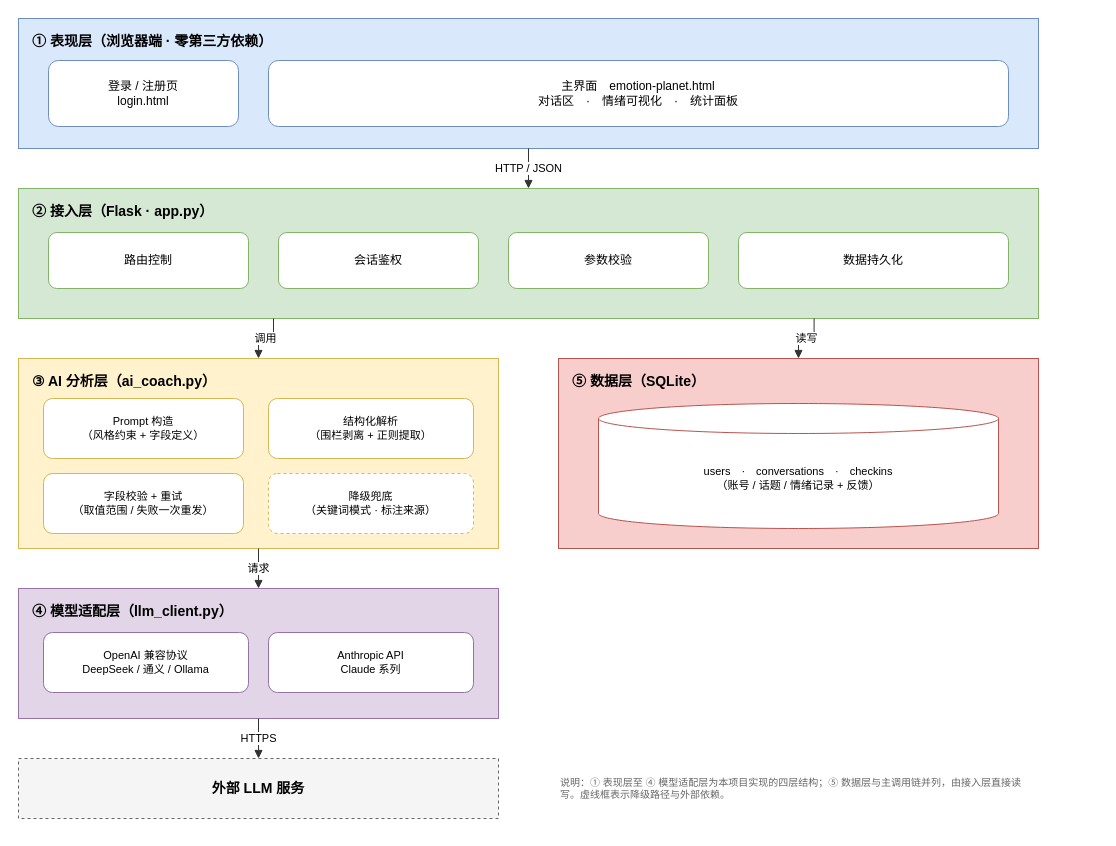
Samjuice39/AI_Conversation keeps this draw.io diagram as docs/系统架构图.drawio. Above is the earlier version. Source tidied: cells renumbered, new cells numbered last; positions are measured from the earlier drawing's top-left corner, leaving out a move shared by most shapes. Both pictures are drawn from the tidied source at 100%, with x=0, y=0 at pixel (18, 18).
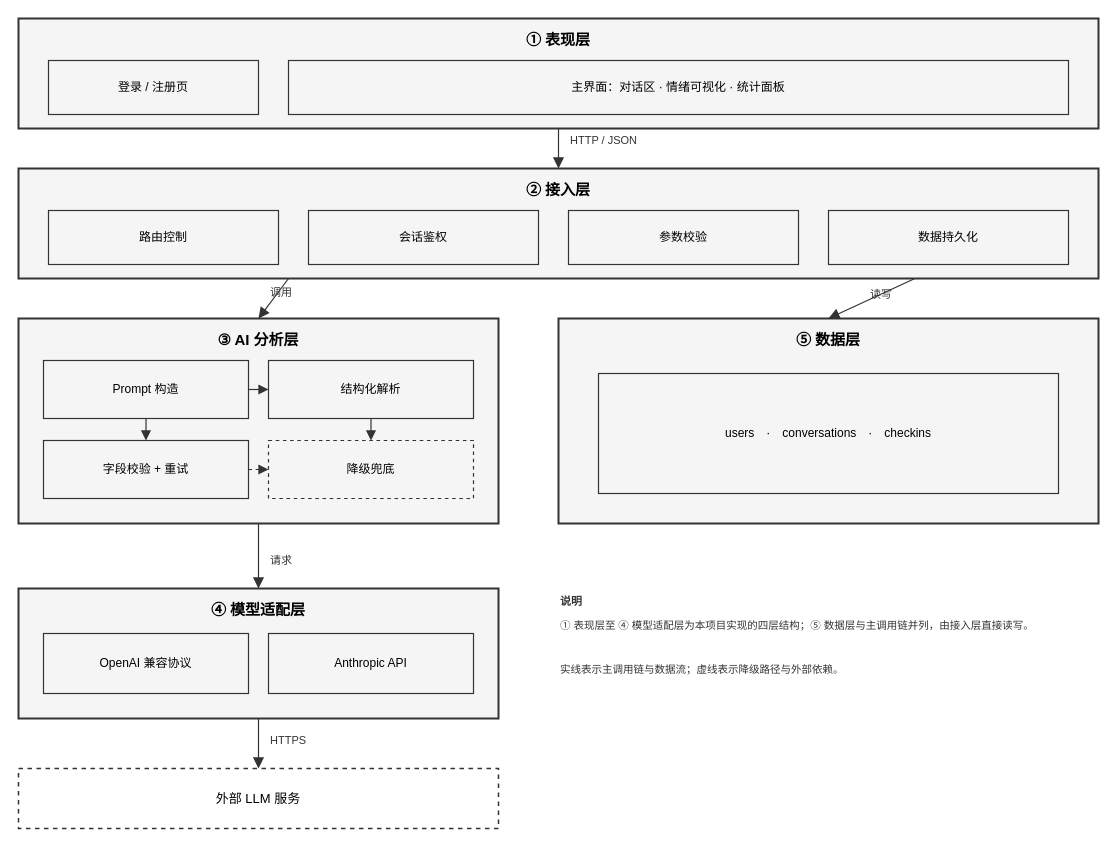
The same page after the edit.

Commit message (it also covers changes not shown here):
style: 架构图改为黑白线框风格

- 取消全部彩色，仅保留 #F5F5F5 层底色与 #333333 线条
- 所有图形改为直角（rounded=0），文字水平垂直双居中
- 连线统一为直线（edgeStyle=none），降级路径与外部依赖用虚线
- 连线标签改为独立文本元素，置于线旁不压线
- 允许连线交叉，箭头直接指入目标框
- README 的 Mermaid 同步改为 neutral 主题 + 黑白 classDef

Change to the diagram source:
```diff
@@
-    <mxCell id="2" value="① 表现层（浏览器端 · 零第三方依赖）" style="rounded=0;whiteSpace=wrap;html=1;fillColor=#dae8fc;strokeColor=#6c8ebf;verticalAlign=top;align=left;spacingLeft=12;spacingTop=8;fontSize=14;fontStyle=1;dashed=0;" parent="1" vertex="1">
-      <mxGeometry width="1020" height="130" as="geometry" />
+    <mxCell id="2" value="① 表现层" style="rounded=0;whiteSpace=wrap;html=1;fillColor=#F5F5F5;strokeColor=#333333;strokeWidth=2;align=center;verticalAlign=top;spacingTop=6;fontSize=15;fontStyle=1;" parent="1" vertex="1">
+      <mxGeometry width="1080" height="110" as="geometry" />
     </mxCell>
-    <mxCell id="3" value="登录 / 注册页&lt;br&gt;login.html" style="rounded=1;whiteSpace=wrap;html=1;fillColor=#ffffff;strokeColor=#6c8ebf;fontSize=12;" parent="1" vertex="1">
-      <mxGeometry x="30" y="42" width="190" height="66" as="geometry" />
+    <mxCell id="3" value="登录 / 注册页" style="rounded=0;whiteSpace=wrap;html=1;fillColor=none;strokeColor=#333333;strokeWidth=1.2;align=center;verticalAlign=middle;fontSize=12;" parent="1" vertex="1">
+      <mxGeometry x="30" y="42" width="210" height="54" as="geometry" />
     </mxCell>
-    <mxCell id="4" value="主界面　emotion-planet.html&lt;br&gt;对话区　·　情绪可视化　·　统计面板" style="rounded=1;whiteSpace=wrap;html=1;fillColor=#ffffff;strokeColor=#6c8ebf;fontSize=12;" parent="1" vertex="1">
-      <mxGeometry x="250" y="42" width="740" height="66" as="geometry" />
+    <mxCell id="4" value="主界面：对话区 · 情绪可视化 · 统计面板" style="rounded=0;whiteSpace=wrap;html=1;fillColor=none;strokeColor=#333333;strokeWidth=1.2;align=center;verticalAlign=middle;fontSize=12;" parent="1" vertex="1">
+      <mxGeometry x="270" y="42" width="780" height="54" as="geometry" />
     </mxCell>
-    <mxCell id="5" value="HTTP / JSON" style="edgeStyle=orthogonalEdgeStyle;rounded=0;html=1;exitX=0.5;exitY=1;exitDx=0;exitDy=0;entryX=0.5;entryY=0;entryDx=0;entryDy=0;strokeColor=#333333;fontSize=11;endArrow=block;endFill=1;" parent="1" edge="1" source="2" target="6">
-      <mxGeometry relative="1" as="geometry" />
-    </mxCell>
-    <mxCell id="6" value="② 接入层（Flask · app.py）" style="rounded=0;whiteSpace=wrap;html=1;fillColor=#d5e8d4;strokeColor=#82b366;verticalAlign=top;align=left;spacingLeft=12;spacingTop=8;fontSize=14;fontStyle=1;" parent="1" vertex="1">
-      <mxGeometry y="170" width="1020" height="130" as="geometry" />
+    <mxCell id="6" value="② 接入层" style="rounded=0;whiteSpace=wrap;html=1;fillColor=#F5F5F5;strokeColor=#333333;strokeWidth=2;align=center;verticalAlign=top;spacingTop=6;fontSize=15;fontStyle=1;" parent="1" vertex="1">
+      <mxGeometry y="150" width="1080" height="110" as="geometry" />
     </mxCell>
-    <mxCell id="7" value="路由控制" style="rounded=1;whiteSpace=wrap;html=1;fillColor=#ffffff;strokeColor=#82b366;fontSize=12;" parent="1" vertex="1">
-      <mxGeometry x="30" y="214" width="200" height="56" as="geometry" />
+    <mxCell id="7" value="路由控制" style="rounded=0;whiteSpace=wrap;html=1;fillColor=none;strokeColor=#333333;strokeWidth=1.2;align=center;verticalAlign=middle;fontSize=12;" parent="1" vertex="1">
+      <mxGeometry x="30" y="192" width="230" height="54" as="geometry" />
     </mxCell>
-    <mxCell id="8" value="会话鉴权" style="rounded=1;whiteSpace=wrap;html=1;fillColor=#ffffff;strokeColor=#82b366;fontSize=12;" parent="1" vertex="1">
-      <mxGeometry x="260" y="214" width="200" height="56" as="geometry" />
+    <mxCell id="8" value="会话鉴权" style="rounded=0;whiteSpace=wrap;html=1;fillColor=none;strokeColor=#333333;strokeWidth=1.2;align=center;verticalAlign=middle;fontSize=12;" parent="1" vertex="1">
+      <mxGeometry x="290" y="192" width="230" height="54" as="geometry" />
     </mxCell>
-    <mxCell id="9" value="参数校验" style="rounded=1;whiteSpace=wrap;html=1;fillColor=#ffffff;strokeColor=#82b366;fontSize=12;" parent="1" vertex="1">
-      <mxGeometry x="490" y="214" width="200" height="56" as="geometry" />
+    <mxCell id="9" value="参数校验" style="rounded=0;whiteSpace=wrap;html=1;fillColor=none;strokeColor=#333333;strokeWidth=1.2;align=center;verticalAlign=middle;fontSize=12;" parent="1" vertex="1">
+      <mxGeometry x="550" y="192" width="230" height="54" as="geometry" />
     </mxCell>
-    <mxCell id="10" value="数据持久化" style="rounded=1;whiteSpace=wrap;html=1;fillColor=#ffffff;strokeColor=#82b366;fontSize=12;" parent="1" vertex="1">
-      <mxGeometry x="720" y="214" width="270" height="56" as="geometry" />
+    <mxCell id="10" value="数据持久化" style="rounded=0;whiteSpace=wrap;html=1;fillColor=none;strokeColor=#333333;strokeWidth=1.2;align=center;verticalAlign=middle;fontSize=12;" parent="1" vertex="1">
+      <mxGeometry x="810" y="192" width="240" height="54" as="geometry" />
     </mxCell>
-    <mxCell id="11" value="调用" style="edgeStyle=orthogonalEdgeStyle;rounded=0;html=1;exitX=0.25;exitY=1;exitDx=0;exitDy=0;entryX=0.5;entryY=0;entryDx=0;entryDy=0;strokeColor=#333333;fontSize=11;endArrow=block;endFill=1;" parent="1" edge="1" source="6" target="13">
-      <mxGeometry relative="1" as="geometry" />
-    </mxCell>
-    <mxCell id="12" value="读写" style="edgeStyle=orthogonalEdgeStyle;rounded=0;html=1;exitX=0.78;exitY=1;exitDx=0;exitDy=0;entryX=0.5;entryY=0;entryDx=0;entryDy=0;strokeColor=#333333;fontSize=11;endArrow=block;endFill=1;" parent="1" edge="1" source="6" target="18">
-      <mxGeometry relative="1" as="geometry" />
-    </mxCell>
-    <mxCell id="13" value="③ AI 分析层（ai_coach.py）" style="rounded=0;whiteSpace=wrap;html=1;fillColor=#fff2cc;strokeColor=#d6b656;verticalAlign=top;align=left;spacingLeft=12;spacingTop=8;fontSize=14;fontStyle=1;" parent="1" vertex="1">
-      <mxGeometry y="340" width="480" height="190" as="geometry" />
+    <mxCell id="13" value="③ AI 分析层" style="rounded=0;whiteSpace=wrap;html=1;fillColor=#F5F5F5;strokeColor=#333333;strokeWidth=2;align=center;verticalAlign=top;spacingTop=6;fontSize=15;fontStyle=1;" parent="1" vertex="1">
+      <mxGeometry y="300" width="480" height="205" as="geometry" />
     </mxCell>
-    <mxCell id="14" value="Prompt 构造&lt;br&gt;（风格约束 + 字段定义）" style="rounded=1;whiteSpace=wrap;html=1;fillColor=#ffffff;strokeColor=#d6b656;fontSize=11;" parent="1" vertex="1">
-      <mxGeometry x="25" y="380" width="200" height="60" as="geometry" />
+    <mxCell id="14" value="Prompt 构造" style="rounded=0;whiteSpace=wrap;html=1;fillColor=none;strokeColor=#333333;strokeWidth=1.2;align=center;verticalAlign=middle;fontSize=12;" parent="1" vertex="1">
+      <mxGeometry x="25" y="342" width="205" height="58" as="geometry" />
     </mxCell>
-    <mxCell id="15" value="结构化解析&lt;br&gt;（围栏剥离 + 正则提取）" style="rounded=1;whiteSpace=wrap;html=1;fillColor=#ffffff;strokeColor=#d6b656;fontSize=11;" parent="1" vertex="1">
-      <mxGeometry x="250" y="380" width="205" height="60" as="geometry" />
+    <mxCell id="15" value="结构化解析" style="rounded=0;whiteSpace=wrap;html=1;fillColor=none;strokeColor=#333333;strokeWidth=1.2;align=center;verticalAlign=middle;fontSize=12;" parent="1" vertex="1">
+      <mxGeometry x="250" y="342" width="205" height="58" as="geometry" />
     </mxCell>
-    <mxCell id="16" value="字段校验 + 重试&lt;br&gt;（取值范围 / 失败一次重发）" style="rounded=1;whiteSpace=wrap;html=1;fillColor=#ffffff;strokeColor=#d6b656;fontSize=11;" parent="1" vertex="1">
-      <mxGeometry x="25" y="455" width="200" height="60" as="geometry" />
+    <mxCell id="16" value="字段校验 + 重试" style="rounded=0;whiteSpace=wrap;html=1;fillColor=none;strokeColor=#333333;strokeWidth=1.2;align=center;verticalAlign=middle;fontSize=12;" parent="1" vertex="1">
+      <mxGeometry x="25" y="422" width="205" height="58" as="geometry" />
     </mxCell>
-    <mxCell id="17" value="降级兜底&lt;br&gt;（关键词模式 · 标注来源）" style="rounded=1;whiteSpace=wrap;html=1;fillColor=#ffffff;strokeColor=#d6b656;fontSize=11;dashed=1;" parent="1" vertex="1">
-      <mxGeometry x="250" y="455" width="205" height="60" as="geometry" />
+    <mxCell id="17" value="降级兜底" style="rounded=0;whiteSpace=wrap;html=1;fillColor=none;strokeColor=#333333;strokeWidth=1.2;dashed=1;align=center;verticalAlign=middle;fontSize=12;" parent="1" vertex="1">
+      <mxGeometry x="250" y="422" width="205" height="58" as="geometry" />
     </mxCell>
+    <mxCell id="27" value="⑤ 数据层" style="rounded=0;whiteSpace=wrap;html=1;fillColor=#F5F5F5;strokeColor=#333333;strokeWidth=2;align=center;verticalAlign=top;spacingTop=6;fontSize=15;fontStyle=1;" parent="1" vertex="1">
+      <mxGeometry x="540" y="300" width="540" height="205" as="geometry" />
+    </mxCell>
+    <mxCell id="28" value="users　·　conversations　·　checkins" style="rounded=0;whiteSpace=wrap;html=1;fillColor=none;strokeColor=#333333;strokeWidth=1.2;align=center;verticalAlign=middle;fontSize=12;" parent="1" vertex="1">
+      <mxGeometry x="580" y="355" width="460" height="120" as="geometry" />
+    </mxCell>
-    <mxCell id="18" value="⑤ 数据层（SQLite）" style="rounded=0;whiteSpace=wrap;html=1;fillColor=#f8cecc;strokeColor=#b85450;verticalAlign=top;align=left;spacingLeft=12;spacingTop=8;fontSize=14;fontStyle=1;" parent="1" vertex="1">
-      <mxGeometry x="540" y="340" width="480" height="190" as="geometry" />
+    <mxCell id="18" value="④ 模型适配层" style="rounded=0;whiteSpace=wrap;html=1;fillColor=#F5F5F5;strokeColor=#333333;strokeWidth=2;align=center;verticalAlign=top;spacingTop=6;fontSize=15;fontStyle=1;" parent="1" vertex="1">
+      <mxGeometry y="570" width="480" height="130" as="geometry" />
     </mxCell>
-    <mxCell id="19" value="users　·　conversations　·　checkins&lt;br&gt;（账号 / 话题 / 情绪记录 + 反馈）" style="shape=cylinder3;whiteSpace=wrap;html=1;boundedLbl=1;backgroundOutline=1;size=15;fillColor=#ffffff;strokeColor=#b85450;fontSize=11;" parent="1" vertex="1">
-      <mxGeometry x="580" y="385" width="400" height="125" as="geometry" />
+    <mxCell id="19" value="OpenAI 兼容协议" style="rounded=0;whiteSpace=wrap;html=1;fillColor=none;strokeColor=#333333;strokeWidth=1.2;align=center;verticalAlign=middle;fontSize=12;" parent="1" vertex="1">
+      <mxGeometry x="25" y="615" width="205" height="60" as="geometry" />
     </mxCell>
+    <mxCell id="29" value="Anthropic API" style="rounded=0;whiteSpace=wrap;html=1;fillColor=none;strokeColor=#333333;strokeWidth=1.2;align=center;verticalAlign=middle;fontSize=12;" parent="1" vertex="1">
+      <mxGeometry x="250" y="615" width="205" height="60" as="geometry" />
+    </mxCell>
+    <mxCell id="25" value="外部 LLM 服务" style="rounded=0;whiteSpace=wrap;html=1;fillColor=none;strokeColor=#333333;strokeWidth=1.5;dashed=1;align=center;verticalAlign=middle;fontSize=13;" parent="1" vertex="1">
+      <mxGeometry y="750" width="480" height="60" as="geometry" />
+    </mxCell>
+    <mxCell id="5" style="edgeStyle=none;rounded=0;html=1;exitX=0.5;exitY=1;exitDx=0;exitDy=0;entryX=0.5;entryY=0;entryDx=0;entryDy=0;strokeColor=#333333;strokeWidth=1.2;endArrow=block;endFill=1;endSize=8;" parent="1" edge="1" source="2" target="6">
+      <mxGeometry relative="1" as="geometry" />
+    </mxCell>
+    <mxCell id="11" style="edgeStyle=none;rounded=0;html=1;exitX=0.25;exitY=1;exitDx=0;exitDy=0;entryX=0.5;entryY=0;entryDx=0;entryDy=0;strokeColor=#333333;strokeWidth=1.2;endArrow=block;endFill=1;endSize=8;" parent="1" edge="1" source="6" target="13">
+      <mxGeometry relative="1" as="geometry" />
+    </mxCell>
+    <mxCell id="12" style="edgeStyle=none;rounded=0;html=1;exitX=0.83;exitY=1;exitDx=0;exitDy=0;entryX=0.5;entryY=0;entryDx=0;entryDy=0;strokeColor=#333333;strokeWidth=1.2;endArrow=block;endFill=1;endSize=8;" parent="1" edge="1" source="6" target="27">
+      <mxGeometry relative="1" as="geometry" />
+    </mxCell>
-    <mxCell id="20" value="请求" style="edgeStyle=orthogonalEdgeStyle;rounded=0;html=1;exitX=0.5;exitY=1;exitDx=0;exitDy=0;entryX=0.5;entryY=0;entryDx=0;entryDy=0;strokeColor=#333333;fontSize=11;endArrow=block;endFill=1;" parent="1" edge="1" source="13" target="21">
+    <mxCell id="20" style="edgeStyle=none;rounded=0;html=1;exitX=0.5;exitY=1;exitDx=0;exitDy=0;entryX=0.5;entryY=0;entryDx=0;entryDy=0;strokeColor=#333333;strokeWidth=1.2;endArrow=block;endFill=1;endSize=8;" parent="1" edge="1" source="13" target="18">
       <mxGeometry relative="1" as="geometry" />
     </mxCell>
-    <mxCell id="21" value="④ 模型适配层（llm_client.py）" style="rounded=0;whiteSpace=wrap;html=1;fillColor=#e1d5e7;strokeColor=#9673a6;verticalAlign=top;align=left;spacingLeft=12;spacingTop=8;fontSize=14;fontStyle=1;" parent="1" vertex="1">
-      <mxGeometry y="570" width="480" height="130" as="geometry" />
-    </mxCell>
-    <mxCell id="22" value="OpenAI 兼容协议&lt;br&gt;DeepSeek / 通义 / Ollama" style="rounded=1;whiteSpace=wrap;html=1;fillColor=#ffffff;strokeColor=#9673a6;fontSize=11;" parent="1" vertex="1">
-      <mxGeometry x="25" y="614" width="205" height="60" as="geometry" />
-    </mxCell>
-    <mxCell id="23" value="Anthropic API&lt;br&gt;Claude 系列" style="rounded=1;whiteSpace=wrap;html=1;fillColor=#ffffff;strokeColor=#9673a6;fontSize=11;" parent="1" vertex="1">
-      <mxGeometry x="250" y="614" width="205" height="60" as="geometry" />
-    </mxCell>
-    <mxCell id="24" value="HTTPS" style="edgeStyle=orthogonalEdgeStyle;rounded=0;html=1;exitX=0.5;exitY=1;exitDx=0;exitDy=0;entryX=0.5;entryY=0;entryDx=0;entryDy=0;strokeColor=#333333;fontSize=11;endArrow=block;endFill=1;" parent="1" edge="1" source="21" target="25">
+    <mxCell id="24" style="edgeStyle=none;rounded=0;html=1;exitX=0.5;exitY=1;exitDx=0;exitDy=0;entryX=0.5;entryY=0;entryDx=0;entryDy=0;strokeColor=#333333;strokeWidth=1.2;endArrow=block;endFill=1;endSize=8;" parent="1" edge="1" source="18" target="25">
       <mxGeometry relative="1" as="geometry" />
     </mxCell>
-    <mxCell id="25" value="外部 LLM 服务" style="rounded=0;whiteSpace=wrap;html=1;fillColor=#f5f5f5;strokeColor=#666666;fontSize=14;fontStyle=1;dashed=1;" parent="1" vertex="1">
-      <mxGeometry y="740" width="480" height="60" as="geometry" />
-    </mxCell>
-    <mxCell id="26" value="说明：① 表现层至 ④ 模型适配层为本项目实现的四层结构；⑤ 数据层与主调用链并列，由接入层直接读写。虚线框表示降级路径与外部依赖。" style="text;html=1;align=left;verticalAlign=middle;whiteSpace=wrap;rounded=0;fontSize=10;fontColor=#666666;" parent="1" vertex="1">
-      <mxGeometry x="540" y="740" width="480" height="60" as="geometry" />
-    </mxCell>
+    <mxCell id="30" style="edgeStyle=none;rounded=0;html=1;exitX=1;exitY=0.5;exitDx=0;exitDy=0;entryX=0;entryY=0.5;entryDx=0;entryDy=0;strokeColor=#333333;strokeWidth=1.2;endArrow=block;endFill=1;endSize=7;" parent="1" edge="1" source="14" target="15">
+      <mxGeometry relative="1" as="geometry" />
+    </mxCell>
+    <mxCell id="31" style="edgeStyle=none;rounded=0;html=1;exitX=0.5;exitY=1;exitDx=0;exitDy=0;entryX=0.5;entryY=0;entryDx=0;entryDy=0;strokeColor=#333333;strokeWidth=1.2;endArrow=block;endFill=1;endSize=7;" parent="1" edge="1" source="15" target="17">
+      <mxGeometry relative="1" as="geometry" />
+    </mxCell>
+    <mxCell id="32" style="edgeStyle=none;rounded=0;html=1;exitX=1;exitY=0.5;exitDx=0;exitDy=0;entryX=0;entryY=0.5;entryDx=0;entryDy=0;strokeColor=#333333;strokeWidth=1.2;dashed=1;endArrow=block;endFill=1;endSize=7;" parent="1" edge="1" source="16" target="17">
+      <mxGeometry relative="1" as="geometry" />
+    </mxCell>
+    <mxCell id="33" style="edgeStyle=none;rounded=0;html=1;exitX=0.5;exitY=1;exitDx=0;exitDy=0;entryX=0.5;entryY=0;entryDx=0;entryDy=0;strokeColor=#333333;strokeWidth=1.2;endArrow=block;endFill=1;endSize=7;" parent="1" edge="1" source="14" target="16">
+      <mxGeometry relative="1" as="geometry" />
+    </mxCell>
+    <mxCell id="34" value="HTTP / JSON" style="text;html=1;align=left;verticalAlign=middle;fontSize=11;fontColor=#333333;" parent="1" vertex="1">
+      <mxGeometry x="550" y="112" width="110" height="20" as="geometry" />
+    </mxCell>
+    <mxCell id="35" value="调用" style="text;html=1;align=left;verticalAlign=middle;fontSize=11;fontColor=#333333;" parent="1" vertex="1">
+      <mxGeometry x="250" y="264" width="60" height="20" as="geometry" />
+    </mxCell>
+    <mxCell id="36" value="读写" style="text;html=1;align=left;verticalAlign=middle;fontSize=11;fontColor=#333333;" parent="1" vertex="1">
+      <mxGeometry x="850" y="266" width="60" height="20" as="geometry" />
+    </mxCell>
+    <mxCell id="37" value="请求" style="text;html=1;align=left;verticalAlign=middle;fontSize=11;fontColor=#333333;" parent="1" vertex="1">
+      <mxGeometry x="250" y="532" width="60" height="20" as="geometry" />
+    </mxCell>
+    <mxCell id="38" value="HTTPS" style="text;html=1;align=left;verticalAlign=middle;fontSize=11;fontColor=#333333;" parent="1" vertex="1">
+      <mxGeometry x="250" y="712" width="70" height="20" as="geometry" />
+    </mxCell>
+    <mxCell id="39" value="说明" style="text;html=1;align=left;verticalAlign=top;fontSize=11;fontStyle=1;fontColor=#333333;" parent="1" vertex="1">
+      <mxGeometry x="540" y="570" width="540" height="20" as="geometry" />
+    </mxCell>
+    <mxCell id="40" value="① 表现层至 ④ 模型适配层为本项目实现的四层结构；⑤ 数据层与主调用链并列，由接入层直接读写。" style="text;html=1;align=left;verticalAlign=top;fontSize=10.5;fontColor=#333333;whiteSpace=wrap;" parent="1" vertex="1">
+      <mxGeometry x="540" y="594" width="540" height="40" as="geometry" />
+    </mxCell>
+    <mxCell id="41" value="实线表示主调用链与数据流；虚线表示降级路径与外部依赖。" style="text;html=1;align=left;verticalAlign=top;fontSize=10.5;fontColor=#333333;whiteSpace=wrap;" parent="1" vertex="1">
+      <mxGeometry x="540" y="638" width="540" height="40" as="geometry" />
+    </mxCell>
```
